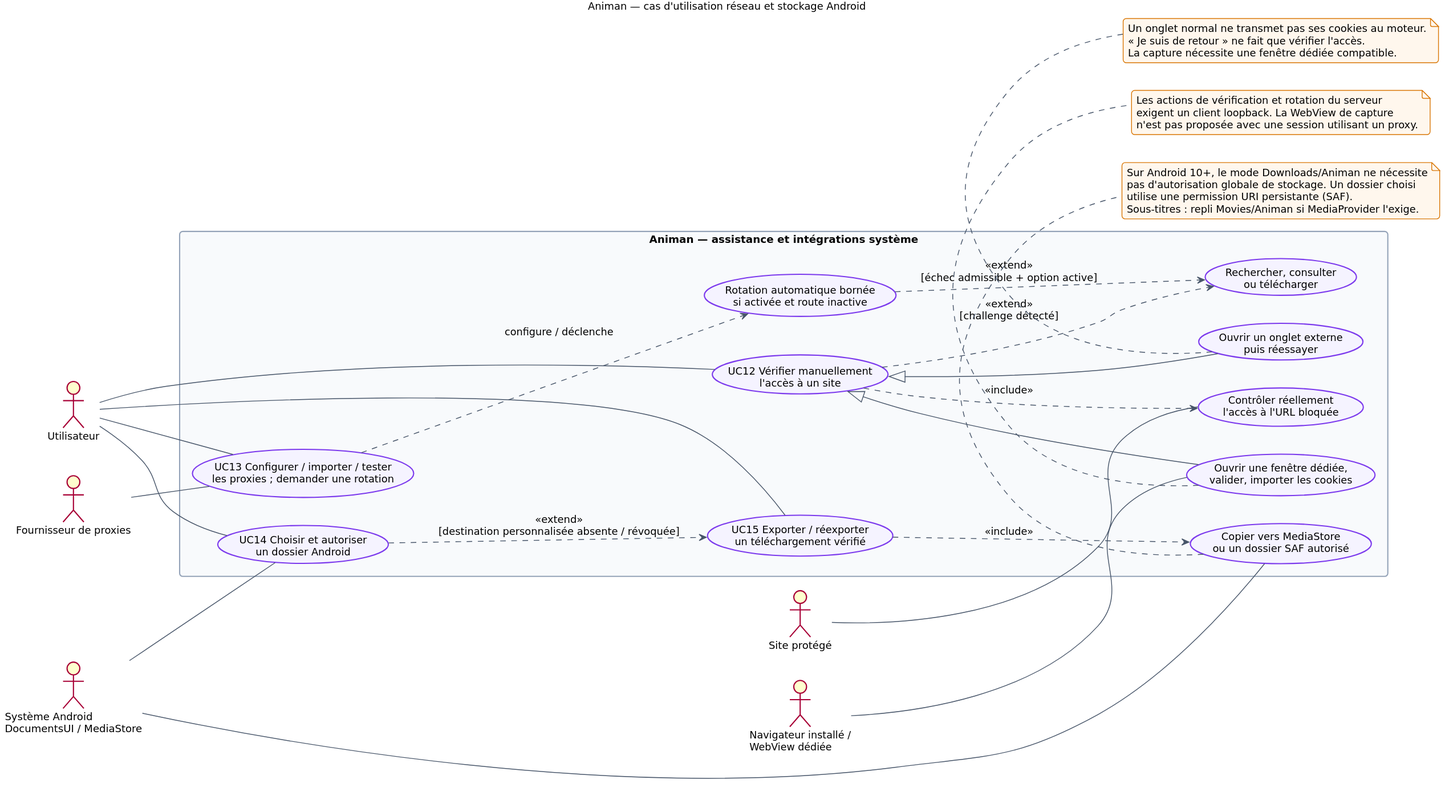
This is docs/architecture/svg/07-cas-utilisation-reseau-stockage.svg from loeuf237/animan-python, a PlantUML export, as it was before one commit. Its diagram source:
```plantuml
@startuml
skinparam backgroundColor #FFFFFF
skinparam defaultFontName DejaVu Sans
skinparam defaultFontSize 13
skinparam shadowing false
skinparam roundcorner 8
skinparam ArrowColor #475569
skinparam packageStyle rectangle
skinparam classAttributeIconSize 0
skinparam classBackgroundColor #F5F3FF
skinparam classBorderColor #7C3AED
skinparam packageBackgroundColor #F8FAFC
skinparam packageBorderColor #94A3B8
skinparam usecaseBackgroundColor #F5F3FF
skinparam usecaseBorderColor #7C3AED
skinparam participantBackgroundColor #F5F3FF
skinparam participantBorderColor #7C3AED
skinparam sequenceLifeLineBorderColor #94A3B8
skinparam noteBackgroundColor #FFF7ED
skinparam noteBorderColor #D97706
skinparam componentStyle uml2
skinparam componentBackgroundColor #F5F3FF
skinparam componentBorderColor #7C3AED
skinparam databaseBackgroundColor #F5F3FF
skinparam databaseBorderColor #7C3AED
hide empty members
title Animan — cas d'utilisation réseau et stockage Android
left to right direction
actor Utilisateur as U
actor "Navigateur installé /\nWebView dédiée" as Browser
actor "Site protégé" as Site
actor "Fournisseur de proxies" as Provider
actor "Système Android\nDocumentsUI / MediaStore" as Android
rectangle "Animan — assistance et intégrations système" {
  usecase "Rechercher, consulter\nou télécharger" as Work
  usecase "UC12 Vérifier manuellement\nl'accès à un site" as Challenge
  usecase "Ouvrir un onglet externe\npuis réessayer" as External
  usecase "Ouvrir une fenêtre dédiée,\nvalider, importer les cookies" as Capture
  usecase "Contrôler réellement\nl'accès à l'URL bloquée" as Recheck
  usecase "UC13 Configurer / importer / tester\nles proxies ; demander une rotation" as Proxy
  usecase "Rotation automatique bornée\nsi activée et route inactive" as Rotate
  usecase "UC14 Choisir et autoriser\nun dossier Android" as Permission
  usecase "UC15 Exporter / réexporter\nun téléchargement vérifié" as Export
  usecase "Copier vers MediaStore\nou un dossier SAF autorisé" as Copy
}
U -- Challenge
U -- Proxy
U -- Permission
U -- Export
Browser -- Capture
Site -- Recheck
Provider -- Proxy
Android -- Permission
Android -- Copy
Challenge ..> Work : <<extend>>\n[challenge détecté]
Challenge <|-- External
Challenge <|-- Capture
Challenge ..> Recheck : <<include>>
Rotate ..> Work : <<extend>>\n[échec admissible + option active]
Proxy ..> Rotate : configure / déclenche
Export ..> Copy : <<include>>
Permission ..> Export : <<extend>>\n[destination personnalisée absente / révoquée]
note bottom of External
Un onglet normal ne transmet pas ses cookies au moteur.
« Je suis de retour » ne fait que vérifier l'accès.
La capture nécessite une fenêtre dédiée compatible.
end note
note bottom of Capture
Les actions de vérification et rotation du serveur
exigent un client loopback. La WebView de capture
n'est pas proposée avec une session utilisant un proxy.
end note
note bottom of Copy
Sur Android 10+, le mode Downloads/Animan ne nécessite
pas d'autorisation globale de stockage. Un dossier choisi
utilise une permission URI persistante (SAF).
Sous-titres : repli Movies/Animan si MediaProvider l'exige.
end note
@enduml
```
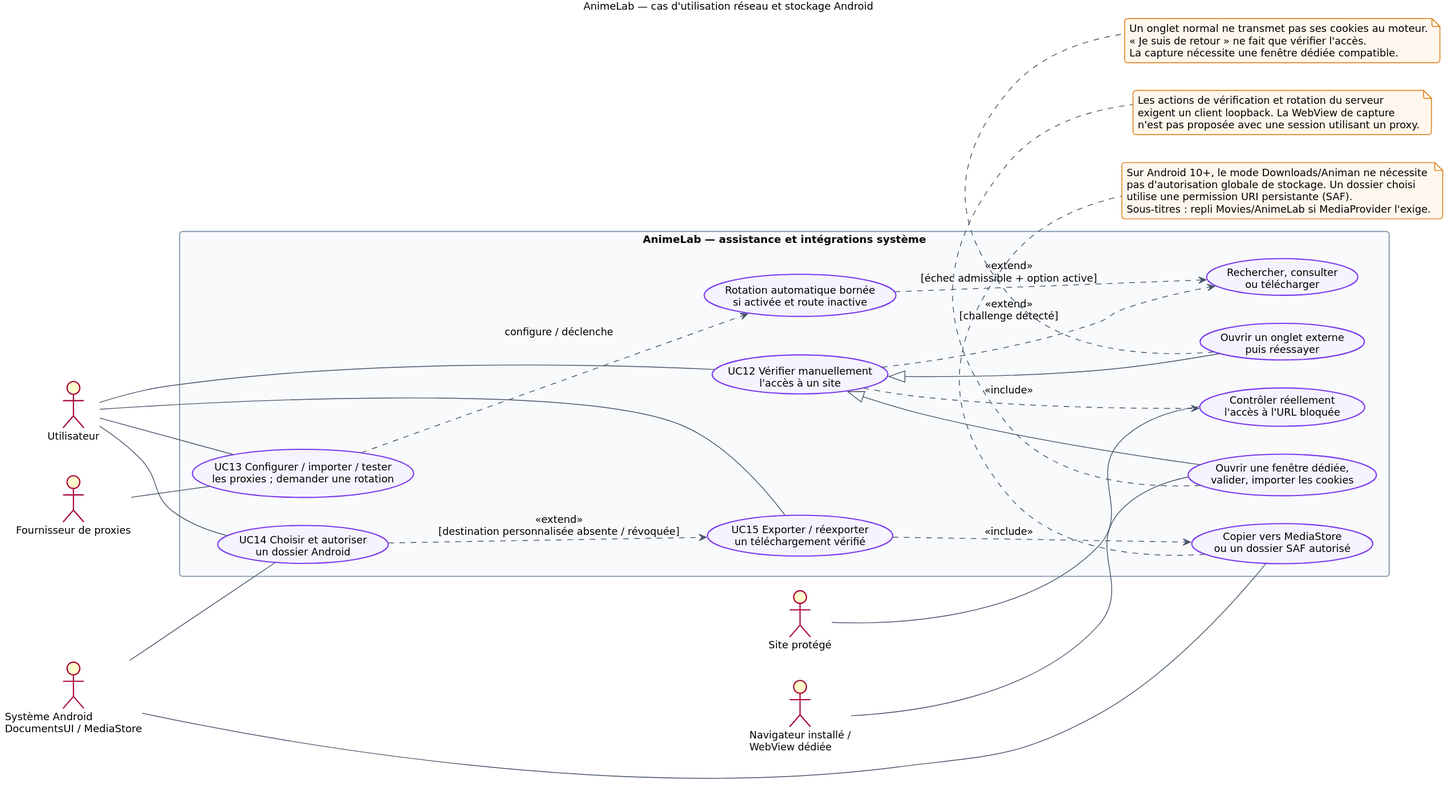
The same diagram one commit later.

Diff of the diagram source:
```diff
@@ -24,14 +24,14 @@
 skinparam databaseBackgroundColor #F5F3FF
 skinparam databaseBorderColor #7C3AED
 hide empty members
-title Animan — cas d'utilisation réseau et stockage Android
+title AnimeLab — cas d'utilisation réseau et stockage Android
 left to right direction
 actor Utilisateur as U
 actor "Navigateur installé /\nWebView dédiée" as Browser
 actor "Site protégé" as Site
 actor "Fournisseur de proxies" as Provider
 actor "Système Android\nDocumentsUI / MediaStore" as Android
-rectangle "Animan — assistance et intégrations système" {
+rectangle "AnimeLab — assistance et intégrations système" {
   usecase "Rechercher, consulter\nou télécharger" as Work
   usecase "UC12 Vérifier manuellement\nl'accès à un site" as Challenge
   usecase "Ouvrir un onglet externe\npuis réessayer" as External
@@ -74,6 +74,6 @@
 Sur Android 10+, le mode Downloads/Animan ne nécessite
 pas d'autorisation globale de stockage. Un dossier choisi
 utilise une permission URI persistante (SAF).
-Sous-titres : repli Movies/Animan si MediaProvider l'exige.
+Sous-titres : repli Movies/AnimeLab si MediaProvider l'exige.
 end note
 @enduml
```
